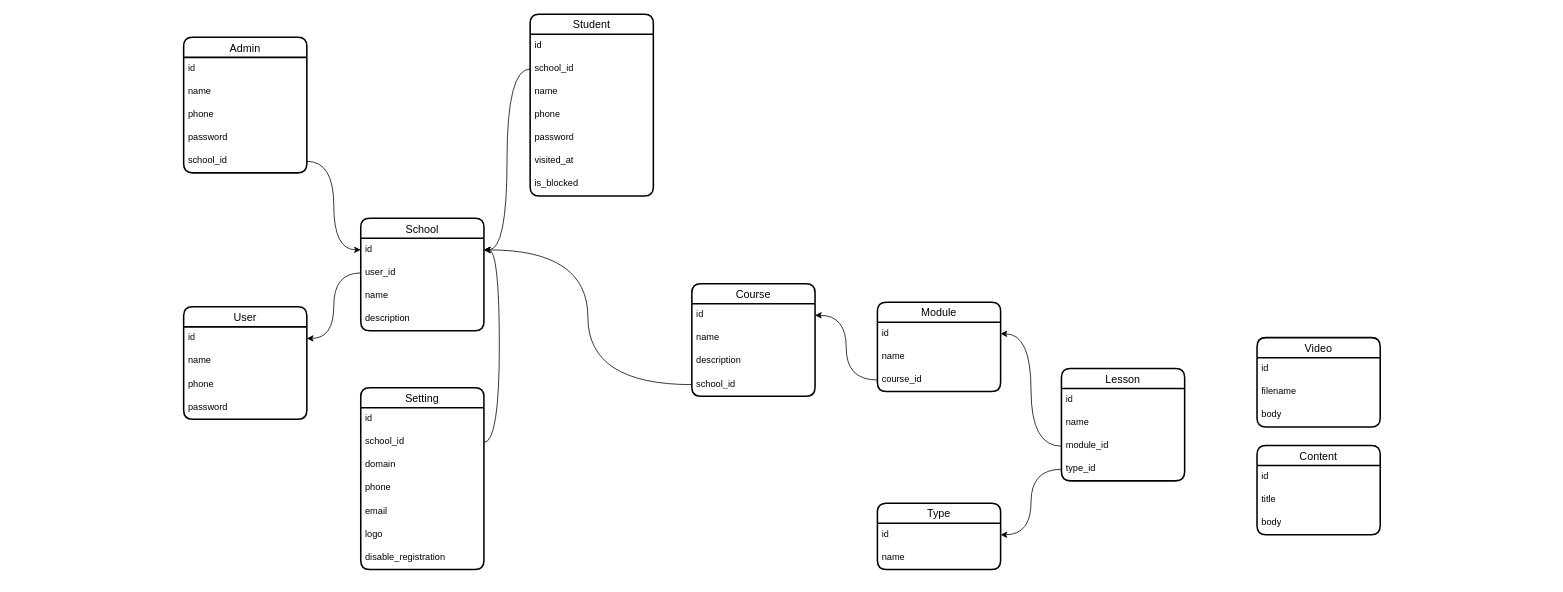
Before: Karsoft - LMS.drawio in iztileuoff/databases, a draw.io diagram. Source tidied: cells renumbered, new cells numbered last; positions are measured from the earlier drawing's top-left corner, leaving out a move shared by most shapes. Both pictures are drawn from the tidied source at 77%, with x=0, y=0 at pixel (183, 14).
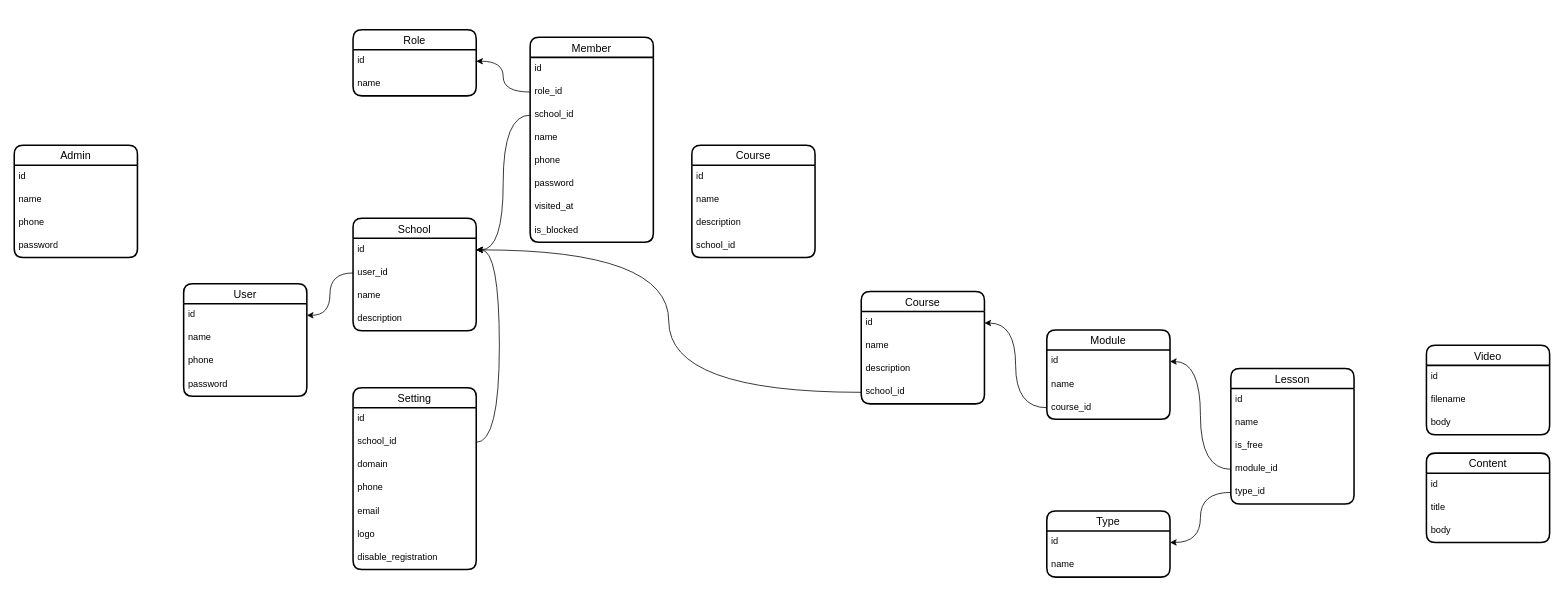
Above is the later version.

The change refers to these unchanged cells:
```xml
<mxCell id="8" value="id" style="text;strokeColor=none;fillColor=none;spacingLeft=4;spacingRight=4;overflow=hidden;points=[[0,0.5],[1,0.5]];portConstraint=eastwest;fontSize=12;whiteSpace=wrap;html=1;" parent="7" vertex="1">
  <mxGeometry y="26" width="160" height="30" as="geometry" />
</mxCell>
```

Diff of the diagram source:
```diff
@@
     <mxCell id="2" value="User" style="swimlane;fontStyle=0;horizontal=1;startSize=26;align=center;fontSize=14;strokeWidth=2;rounded=1;shadow=0;glass=0;swimlaneLine=1;" parent="1" vertex="1">
-      <mxGeometry y="380" width="160" height="146" as="geometry" />
+      <mxGeometry y="350" width="160" height="146" as="geometry" />
     </mxCell>
@@
     <mxCell id="7" value="School" style="swimlane;fontStyle=0;horizontal=1;startSize=26;align=center;fontSize=14;strokeWidth=2;rounded=1;shadow=0;glass=0;swimlaneLine=1;" parent="1" vertex="1">
-      <mxGeometry x="230" y="265" width="160" height="146" as="geometry" />
+      <mxGeometry x="220" y="265" width="160" height="146" as="geometry" />
     </mxCell>
@@
-    <mxCell id="12" value="Student" style="swimlane;fontStyle=0;horizontal=1;startSize=26;align=center;fontSize=14;strokeWidth=2;rounded=1;shadow=0;glass=0;swimlaneLine=1;" parent="1" vertex="1">
-      <mxGeometry x="450" width="160" height="236" as="geometry" />
+    <mxCell id="12" value="Member" style="swimlane;fontStyle=0;horizontal=1;startSize=26;align=center;fontSize=14;strokeWidth=2;rounded=1;shadow=0;glass=0;swimlaneLine=1;" parent="1" vertex="1">
+      <mxGeometry x="450" y="30" width="160" height="266" as="geometry" />
     </mxCell>
@@
+    <mxCell id="67" value="role_id" style="text;strokeColor=none;fillColor=none;spacingLeft=4;spacingRight=4;overflow=hidden;points=[[0,0.5],[1,0.5]];portConstraint=eastwest;fontSize=12;whiteSpace=wrap;html=1;" parent="12" vertex="1">
+      <mxGeometry y="56" width="160" height="30" as="geometry" />
+    </mxCell>
     <mxCell id="14" value="school_id" style="text;strokeColor=none;fillColor=none;spacingLeft=4;spacingRight=4;overflow=hidden;points=[[0,0.5],[1,0.5]];portConstraint=eastwest;fontSize=12;whiteSpace=wrap;html=1;" parent="12" vertex="1">
-      <mxGeometry y="56" width="160" height="30" as="geometry" />
+      <mxGeometry y="86" width="160" height="30" as="geometry" />
     </mxCell>
     <mxCell id="15" value="name" style="text;strokeColor=none;fillColor=none;spacingLeft=4;spacingRight=4;overflow=hidden;fontSize=12;whiteSpace=wrap;html=1;" parent="12" vertex="1">
-      <mxGeometry y="86" width="160" height="30" as="geometry" />
+      <mxGeometry y="116" width="160" height="30" as="geometry" />
     </mxCell>
     <mxCell id="16" value="phone" style="text;strokeColor=none;fillColor=none;spacingLeft=4;spacingRight=4;overflow=hidden;fontSize=12;whiteSpace=wrap;html=1;" parent="12" vertex="1">
-      <mxGeometry y="116" width="160" height="30" as="geometry" />
+      <mxGeometry y="146" width="160" height="30" as="geometry" />
     </mxCell>
     <mxCell id="17" value="password" style="text;strokeColor=none;fillColor=none;spacingLeft=4;spacingRight=4;overflow=hidden;fontSize=12;whiteSpace=wrap;html=1;" parent="12" vertex="1">
-      <mxGeometry y="146" width="160" height="30" as="geometry" />
+      <mxGeometry y="176" width="160" height="30" as="geometry" />
     </mxCell>
     <mxCell id="18" value="visited_at" style="text;strokeColor=none;fillColor=none;spacingLeft=4;spacingRight=4;overflow=hidden;fontSize=12;whiteSpace=wrap;html=1;" parent="12" vertex="1">
-      <mxGeometry y="176" width="160" height="30" as="geometry" />
+      <mxGeometry y="206" width="160" height="30" as="geometry" />
     </mxCell>
     <mxCell id="19" value="is_blocked" style="text;strokeColor=none;fillColor=none;spacingLeft=4;spacingRight=4;overflow=hidden;fontSize=12;whiteSpace=wrap;html=1;" parent="12" vertex="1">
-      <mxGeometry y="206" width="160" height="30" as="geometry" />
+      <mxGeometry y="236" width="160" height="30" as="geometry" />
     </mxCell>
     <mxCell id="20" value="Setting" style="swimlane;fontStyle=0;horizontal=1;startSize=26;align=center;fontSize=14;strokeWidth=2;rounded=1;shadow=0;glass=0;swimlaneLine=1;" parent="1" vertex="1">
-      <mxGeometry x="230" y="485" width="160" height="236" as="geometry" />
+      <mxGeometry x="220" y="485" width="160" height="236" as="geometry" />
     </mxCell>
@@
     <mxCell id="28" value="Course" style="swimlane;fontStyle=0;horizontal=1;startSize=26;align=center;fontSize=14;strokeWidth=2;rounded=1;shadow=0;glass=0;swimlaneLine=1;" parent="1" vertex="1">
-      <mxGeometry x="660" y="350" width="160" height="146" as="geometry" />
+      <mxGeometry x="880" y="360" width="160" height="146" as="geometry" />
     </mxCell>
@@
     <mxCell id="33" value="Module" style="swimlane;fontStyle=0;horizontal=1;startSize=26;align=center;fontSize=14;strokeWidth=2;rounded=1;shadow=0;glass=0;swimlaneLine=1;" parent="1" vertex="1">
-      <mxGeometry x="901" y="374" width="160" height="116" as="geometry" />
+      <mxGeometry x="1121" y="410" width="160" height="116" as="geometry" />
     </mxCell>
@@
     <mxCell id="37" value="Lesson" style="swimlane;fontStyle=0;horizontal=1;startSize=26;align=center;fontSize=14;strokeWidth=2;rounded=1;shadow=0;glass=0;swimlaneLine=1;" parent="1" vertex="1">
-      <mxGeometry x="1140" y="460" width="160" height="146" as="geometry" />
+      <mxGeometry x="1360" y="460" width="160" height="176" as="geometry" />
     </mxCell>
@@
+    <mxCell id="68" value="is_free" style="text;strokeColor=none;fillColor=none;spacingLeft=4;spacingRight=4;overflow=hidden;fontSize=12;whiteSpace=wrap;html=1;" parent="37" vertex="1">
+      <mxGeometry y="86" width="160" height="30" as="geometry" />
+    </mxCell>
     <mxCell id="40" value="module_id" style="text;strokeColor=none;fillColor=none;spacingLeft=4;spacingRight=4;overflow=hidden;points=[[0,0.5],[1,0.5]];portConstraint=eastwest;fontSize=12;whiteSpace=wrap;html=1;" parent="37" vertex="1">
-      <mxGeometry y="86" width="160" height="30" as="geometry" />
+      <mxGeometry y="116" width="160" height="30" as="geometry" />
     </mxCell>
     <mxCell id="41" value="type_id" style="text;strokeColor=none;fillColor=none;spacingLeft=4;spacingRight=4;overflow=hidden;points=[[0,0.5],[1,0.5]];portConstraint=eastwest;fontSize=12;whiteSpace=wrap;html=1;" parent="37" vertex="1">
-      <mxGeometry y="116" width="160" height="30" as="geometry" />
+      <mxGeometry y="146" width="160" height="30" as="geometry" />
     </mxCell>
     <mxCell id="42" value="Content" style="swimlane;fontStyle=0;horizontal=1;startSize=26;align=center;fontSize=14;strokeWidth=2;rounded=1;shadow=0;glass=0;swimlaneLine=1;" parent="1" vertex="1">
-      <mxGeometry x="1394" y="560" width="160" height="116" as="geometry" />
+      <mxGeometry x="1614" y="570" width="160" height="116" as="geometry" />
     </mxCell>
@@
     <mxCell id="46" value="Type" style="swimlane;fontStyle=0;horizontal=1;startSize=26;align=center;fontSize=14;strokeWidth=2;rounded=1;shadow=0;glass=0;swimlaneLine=1;" parent="1" vertex="1">
-      <mxGeometry x="901" y="635" width="160" height="86" as="geometry" />
+      <mxGeometry x="1121" y="645" width="160" height="86" as="geometry" />
     </mxCell>
@@
     <mxCell id="50" value="Video" style="swimlane;fontStyle=0;horizontal=1;startSize=26;align=center;fontSize=14;strokeWidth=2;rounded=1;shadow=0;glass=0;swimlaneLine=1;" parent="1" vertex="1">
-      <mxGeometry x="1394" y="420" width="160" height="116" as="geometry" />
+      <mxGeometry x="1614" y="430" width="160" height="116" as="geometry" />
     </mxCell>
@@
-    <mxCell id="54" value="Admin" style="swimlane;fontStyle=0;horizontal=1;startSize=26;align=center;fontSize=14;strokeWidth=2;rounded=1;shadow=0;glass=0;swimlaneLine=1;" parent="1" vertex="1">
-      <mxGeometry y="30" width="160" height="176" as="geometry" />
-    </mxCell>
-    <mxCell id="55" value="id" style="text;strokeColor=none;fillColor=none;spacingLeft=4;spacingRight=4;overflow=hidden;fontSize=12;whiteSpace=wrap;html=1;" parent="54" vertex="1">
-      <mxGeometry y="26" width="160" height="30" as="geometry" />
-    </mxCell>
-    <mxCell id="56" value="name" style="text;strokeColor=none;fillColor=none;spacingLeft=4;spacingRight=4;overflow=hidden;fontSize=12;whiteSpace=wrap;html=1;" parent="54" vertex="1">
-      <mxGeometry y="56" width="160" height="30" as="geometry" />
-    </mxCell>
-    <mxCell id="57" value="phone" style="text;strokeColor=none;fillColor=none;spacingLeft=4;spacingRight=4;overflow=hidden;fontSize=12;whiteSpace=wrap;html=1;" parent="54" vertex="1">
-      <mxGeometry y="86" width="160" height="30" as="geometry" />
-    </mxCell>
-    <mxCell id="58" value="password" style="text;strokeColor=none;fillColor=none;spacingLeft=4;spacingRight=4;overflow=hidden;fontSize=12;whiteSpace=wrap;html=1;" parent="54" vertex="1">
-      <mxGeometry y="116" width="160" height="30" as="geometry" />
-    </mxCell>
-    <mxCell id="59" value="school_id" style="text;strokeColor=none;fillColor=none;spacingLeft=4;spacingRight=4;overflow=hidden;points=[[0,0.5],[1,0.5]];portConstraint=eastwest;fontSize=12;whiteSpace=wrap;html=1;" parent="54" vertex="1">
-      <mxGeometry y="146" width="160" height="30" as="geometry" />
-    </mxCell>
@@
-    <mxCell id="65" style="edgeStyle=orthogonalEdgeStyle;rounded=0;jettySize=auto;html=1;entryX=0;entryY=0.5;entryDx=0;entryDy=0;curved=1;" parent="1" edge="1" source="59" target="8">
-      <mxGeometry relative="1" as="geometry" />
-    </mxCell>
@@
+    <mxCell id="69" value="Role" style="swimlane;fontStyle=0;horizontal=1;startSize=26;align=center;fontSize=14;strokeWidth=2;rounded=1;shadow=0;glass=0;swimlaneLine=1;" parent="1" vertex="1">
+      <mxGeometry x="220" y="20" width="160" height="86" as="geometry" />
+    </mxCell>
+    <mxCell id="70" value="id" style="text;strokeColor=none;fillColor=none;spacingLeft=4;spacingRight=4;overflow=hidden;points=[[0,0.5],[1,0.5]];portConstraint=eastwest;fontSize=12;whiteSpace=wrap;html=1;" parent="69" vertex="1">
+      <mxGeometry y="26" width="160" height="30" as="geometry" />
+    </mxCell>
+    <mxCell id="71" value="name" style="text;strokeColor=none;fillColor=none;spacingLeft=4;spacingRight=4;overflow=hidden;fontSize=12;whiteSpace=wrap;html=1;" parent="69" vertex="1">
+      <mxGeometry y="56" width="160" height="30" as="geometry" />
+    </mxCell>
+    <mxCell id="72" style="edgeStyle=orthogonalEdgeStyle;rounded=0;jettySize=auto;html=1;entryX=1;entryY=0.5;entryDx=0;entryDy=0;curved=1;" parent="1" edge="1" source="67" target="70">
+      <mxGeometry relative="1" as="geometry" />
+    </mxCell>
+    <mxCell id="54" value="Admin" style="swimlane;fontStyle=0;horizontal=1;startSize=26;align=center;fontSize=14;strokeWidth=2;rounded=1;shadow=0;glass=0;swimlaneLine=1;" parent="1" vertex="1">
+      <mxGeometry x="-220" y="170" width="160" height="146" as="geometry" />
+    </mxCell>
+    <mxCell id="73" value="id" style="text;strokeColor=none;fillColor=none;spacingLeft=4;spacingRight=4;overflow=hidden;fontSize=12;whiteSpace=wrap;html=1;" parent="54" vertex="1">
+      <mxGeometry y="26" width="160" height="30" as="geometry" />
+    </mxCell>
+    <mxCell id="74" value="name" style="text;strokeColor=none;fillColor=none;spacingLeft=4;spacingRight=4;overflow=hidden;fontSize=12;whiteSpace=wrap;html=1;" parent="54" vertex="1">
+      <mxGeometry y="56" width="160" height="30" as="geometry" />
+    </mxCell>
+    <mxCell id="57" value="phone" style="text;strokeColor=none;fillColor=none;spacingLeft=4;spacingRight=4;overflow=hidden;fontSize=12;whiteSpace=wrap;html=1;" parent="54" vertex="1">
+      <mxGeometry y="86" width="160" height="30" as="geometry" />
+    </mxCell>
+    <mxCell id="58" value="password" style="text;strokeColor=none;fillColor=none;spacingLeft=4;spacingRight=4;overflow=hidden;fontSize=12;whiteSpace=wrap;html=1;" parent="54" vertex="1">
+      <mxGeometry y="116" width="160" height="30" as="geometry" />
+    </mxCell>
+    <mxCell id="75" value="Course" style="swimlane;fontStyle=0;horizontal=1;startSize=26;align=center;fontSize=14;strokeWidth=2;rounded=1;shadow=0;glass=0;swimlaneLine=1;" parent="1" vertex="1">
+      <mxGeometry x="660" y="170" width="160" height="146" as="geometry" />
+    </mxCell>
+    <mxCell id="76" value="id" style="text;strokeColor=none;fillColor=none;spacingLeft=4;spacingRight=4;overflow=hidden;fontSize=12;whiteSpace=wrap;html=1;" parent="75" vertex="1">
+      <mxGeometry y="26" width="160" height="30" as="geometry" />
+    </mxCell>
+    <mxCell id="77" value="name" style="text;strokeColor=none;fillColor=none;spacingLeft=4;spacingRight=4;overflow=hidden;fontSize=12;whiteSpace=wrap;html=1;" parent="75" vertex="1">
+      <mxGeometry y="56" width="160" height="30" as="geometry" />
+    </mxCell>
+    <mxCell id="78" value="description" style="text;strokeColor=none;fillColor=none;spacingLeft=4;spacingRight=4;overflow=hidden;fontSize=12;whiteSpace=wrap;html=1;" parent="75" vertex="1">
+      <mxGeometry y="86" width="160" height="30" as="geometry" />
+    </mxCell>
+    <mxCell id="59" value="school_id" style="text;strokeColor=none;fillColor=none;spacingLeft=4;spacingRight=4;overflow=hidden;points=[[0,0.5],[1,0.5]];portConstraint=eastwest;fontSize=12;whiteSpace=wrap;html=1;" parent="75" vertex="1">
+      <mxGeometry y="116" width="160" height="30" as="geometry" />
+    </mxCell>
```
